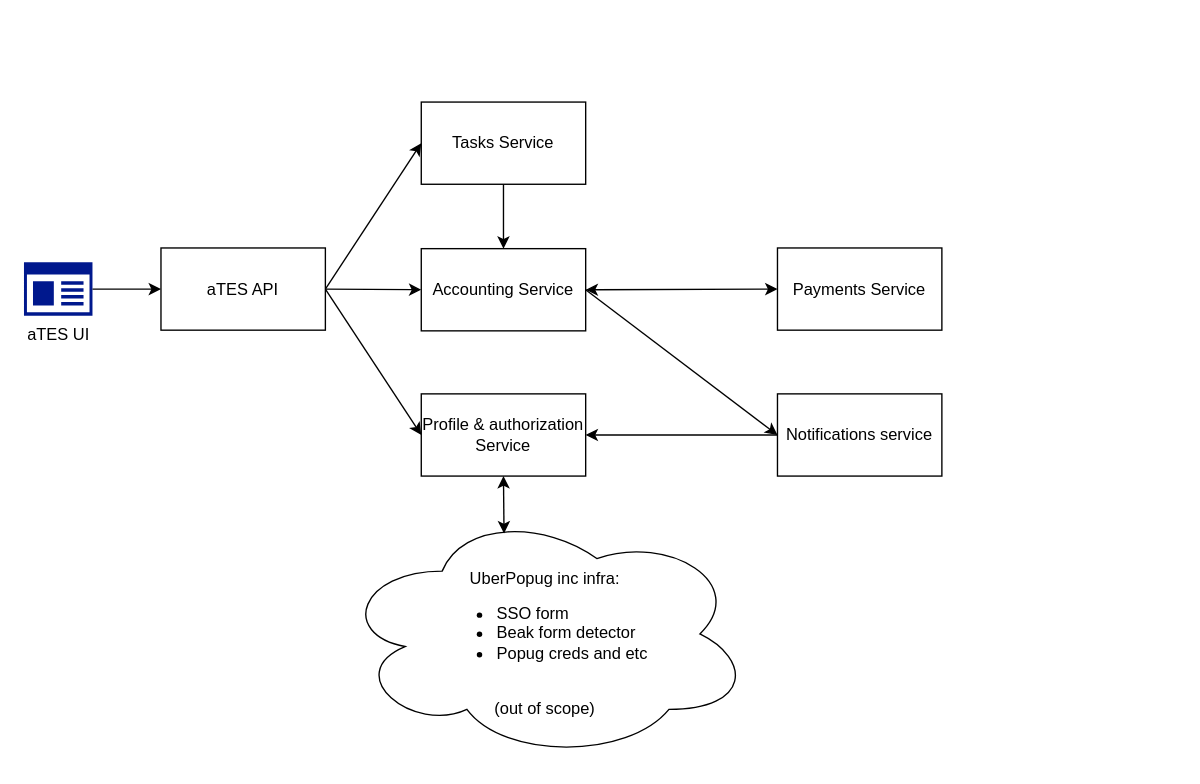
Before: docs/Async architecture - lesson 0.drawio in syberside/async-architecture-course, a draw.io diagram. Source tidied: cells renumbered, new cells numbered last; positions are measured from the earlier drawing's top-left corner, leaving out a move shared by most shapes. Both pictures are drawn from the tidied source at 137%, with x=0, y=0 at pixel (23, 101).
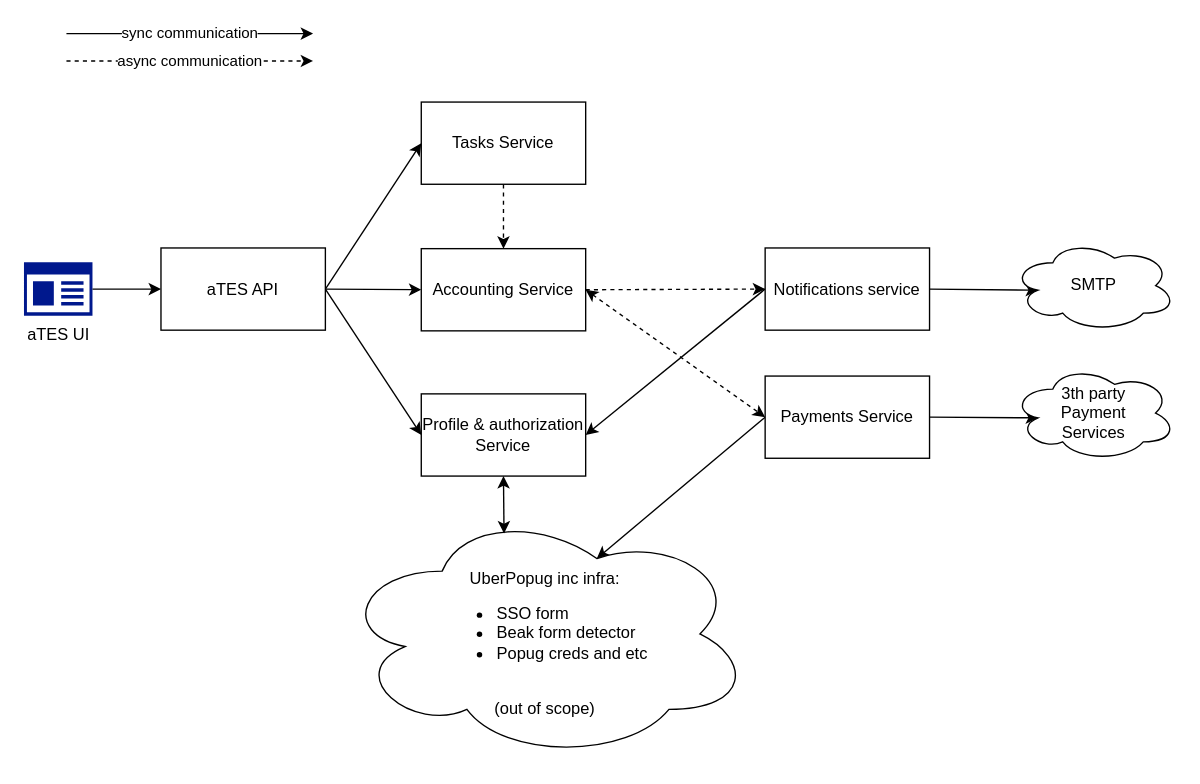
Above is the later version.

The change refers to these unchanged cells:
```xml
<mxCell id="10" value="&lt;div&gt;Tasks Service&lt;/div&gt;" style="rounded=0;whiteSpace=wrap;html=1;" parent="1" vertex="1">
  <mxGeometry x="290" width="120" height="60" as="geometry" />
</mxCell>
<mxCell id="11" value="Accounting Service" style="rounded=0;whiteSpace=wrap;html=1;" parent="1" vertex="1">
  <mxGeometry x="290" y="107" width="120" height="60" as="geometry" />
</mxCell>
<mxCell id="17" value="&lt;div&gt;&lt;br&gt;&lt;/div&gt;&lt;div&gt;UberPopug inc infra:&lt;/div&gt;&lt;div&gt;&lt;ul&gt;&lt;li&gt;&lt;div align=&quot;left&quot;&gt;SSO form&lt;/div&gt;&lt;/li&gt;&lt;li&gt;&lt;div align=&quot;left&quot;&gt;Beak form detector&lt;/div&gt;&lt;/li&gt;&lt;li&gt;Popug creds and etc&lt;br&gt;&lt;div align=&quot;left&quot;&gt;&lt;br&gt;&lt;/div&gt;&lt;/li&gt;&lt;/ul&gt;&lt;/div&gt;(out of scope)" style="ellipse;shape=cloud;whiteSpace=wrap;html=1;align=center;" parent="1" vertex="1">
  <mxGeometry x="230" y="296.5" width="301" height="183.5" as="geometry" />
</mxCell>
```

What changed in the source:
```diff
@@
-    <mxCell id="3" style="endArrow=classic;startArrow=classic;html=1;entryX=0;entryY=0.5;entryDx=0;entryDy=0;exitX=1;exitY=0.5;exitDx=0;exitDy=0;" parent="1" edge="1" source="11" target="5">
+    <mxCell id="3" style="endArrow=classic;startArrow=classic;html=1;entryX=0;entryY=0.5;entryDx=0;entryDy=0;exitX=1;exitY=0.5;exitDx=0;exitDy=0;dashed=1;" parent="1" edge="1" source="11" target="5">
       <mxGeometry relative="1" as="geometry" />
     </mxCell>
@@
+    <mxCell id="19" style="edgeStyle=none;rounded=0;jettySize=auto;html=1;exitX=1;exitY=0.5;exitDx=0;exitDy=0;entryX=0.16;entryY=0.55;entryDx=0;entryDy=0;entryPerimeter=0;" parent="1" edge="1" source="5" target="23">
+      <mxGeometry relative="1" as="geometry" />
+    </mxCell>
+    <mxCell id="20" style="edgeStyle=none;rounded=0;jettySize=auto;html=1;exitX=0;exitY=0.5;exitDx=0;exitDy=0;entryX=0.625;entryY=0.2;entryDx=0;entryDy=0;entryPerimeter=0;" parent="1" edge="1" source="5" target="17">
+      <mxGeometry relative="1" as="geometry" />
+    </mxCell>
     <mxCell id="5" value="Payments Service" style="rounded=0;whiteSpace=wrap;html=1;align=center;" parent="1" vertex="1">
-      <mxGeometry x="550" y="106.5" width="120" height="60" as="geometry" />
+      <mxGeometry x="541" y="200" width="120" height="60" as="geometry" />
     </mxCell>
@@
-    <mxCell id="9" style="edgeStyle=none;rounded=0;jettySize=auto;html=1;exitX=0.5;exitY=1;exitDx=0;exitDy=0;entryX=0.5;entryY=0;entryDx=0;entryDy=0;" parent="1" edge="1" source="10" target="11">
+    <mxCell id="9" style="edgeStyle=none;rounded=0;jettySize=auto;html=1;exitX=0.5;exitY=1;exitDx=0;exitDy=0;entryX=0.5;entryY=0;entryDx=0;entryDy=0;dashed=1;" parent="1" edge="1" source="10" target="11">
       <mxGeometry relative="1" as="geometry" />
     </mxCell>
@@
+    <mxCell id="21" style="edgeStyle=none;rounded=0;jettySize=auto;html=1;exitX=1;exitY=0.5;exitDx=0;exitDy=0;entryX=0.16;entryY=0.55;entryDx=0;entryDy=0;entryPerimeter=0;" parent="1" edge="1" source="13" target="22">
+      <mxGeometry relative="1" as="geometry" />
+    </mxCell>
     <mxCell id="13" value="Notifications service" style="rounded=0;whiteSpace=wrap;html=1;" parent="1" vertex="1">
-      <mxGeometry x="550" y="213" width="120" height="60" as="geometry" />
+      <mxGeometry x="541" y="106.5" width="120" height="60" as="geometry" />
     </mxCell>
-    <mxCell id="14" style="endArrow=classic;html=1;rounded=0;exitX=1;exitY=0.5;exitDx=0;exitDy=0;entryX=0;entryY=0.5;entryDx=0;entryDy=0;" parent="1" edge="1" source="11" target="13">
+    <mxCell id="14" style="endArrow=classic;html=1;rounded=0;exitX=1;exitY=0.5;exitDx=0;exitDy=0;entryX=0;entryY=0.5;entryDx=0;entryDy=0;dashed=1;" parent="1" edge="1" source="11" target="13">
       <mxGeometry relative="1" as="geometry" />
     </mxCell>
@@
+    <mxCell id="22" value="&lt;div align=&quot;center&quot;&gt;SMTP&lt;/div&gt;" style="ellipse;shape=cloud;whiteSpace=wrap;html=1;align=center;" parent="1" vertex="1">
+      <mxGeometry x="721" y="100.5" width="120" height="67" as="geometry" />
+    </mxCell>
+    <mxCell id="23" value="&lt;div&gt;3th party&lt;/div&gt;&lt;div&gt;Payment &lt;br&gt;&lt;/div&gt;&lt;div&gt;Services&lt;/div&gt;" style="ellipse;shape=cloud;whiteSpace=wrap;html=1;align=center;" parent="1" vertex="1">
+      <mxGeometry x="721" y="192" width="120" height="70" as="geometry" />
+    </mxCell>
+    <mxCell id="24" value="sync communication" style="endArrow=classic;html=1;rounded=0;" parent="1" edge="1">
+      <mxGeometry relative="1" as="geometry">
+        <mxPoint x="31" y="-50" as="sourcePoint" />
+        <mxPoint x="211" y="-50" as="targetPoint" />
+      </mxGeometry>
+    </mxCell>
+    <mxCell id="25" value="async communication" style="endArrow=classic;html=1;rounded=0;dashed=1;fontStyle=0;" parent="1" edge="1">
+      <mxGeometry relative="1" as="geometry">
+        <mxPoint x="31" y="-30" as="sourcePoint" />
+        <mxPoint x="211" y="-30" as="targetPoint" />
+      </mxGeometry>
+    </mxCell>
```
